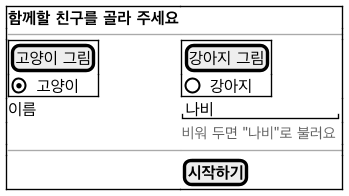
2026-2-software-system-design-11/planning-pet-app keeps this PlantUML diagram as docs/diagrams/ui-pick.png. Above is the earlier version.
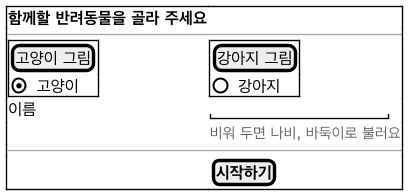
After the commit.

Diff of the diagram source:
```diff
@@ -1,7 +1,7 @@
 @startsalt ui-pick
 !include ui-common.iuml
 {+
-  <b>함께할 친구를 골라 주세요</b> | .
+  <b>함께할 반려동물을 골라 주세요</b> | .
   --|--
   {+
     [고양이 그림]
@@ -10,8 +10,8 @@
     [강아지 그림]
     ( ) 강아지
   }
-  이름 | "나비            "
-  . | <size:11><color:#666666>비워 두면 "나비"로 불러요</color></size>
+  이름 | "                "
+  . | <size:11><color:#666666>비워 두면 나비, 바둑이로 불러요</color></size>
   --|--
   . | [<b>시작하기</b>]
 }
```
